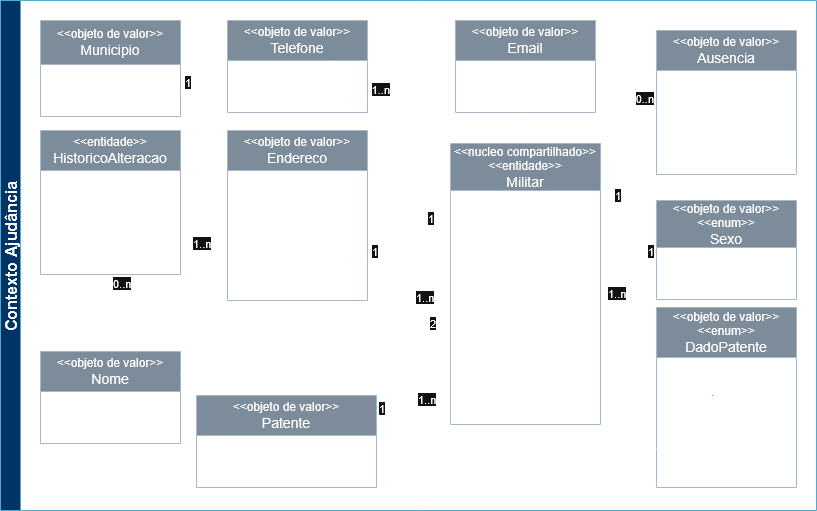
The draw.io diagram docs/diagramas/img/DiagramaUMLAjudancia.png in joaoAaf/escalante-ddd, before a commit. Source tidied: cells renumbered, new cells last; positions are measured from the earlier drawing's top-left corner, leaving out a move shared by most shapes.
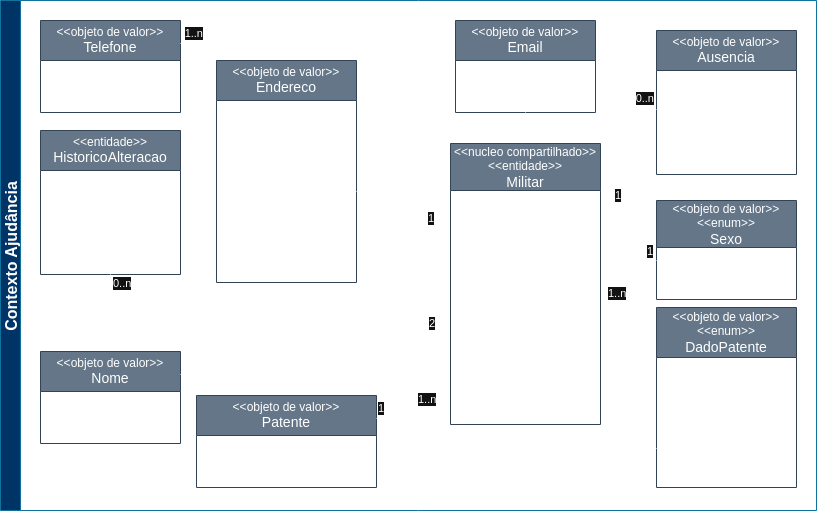
The same diagram one commit later.

Commit message:
Refatorando digramas UML do contexto ajudancia

Diff of the diagram source:
```diff
@@ -6,7 +6,7 @@
       <mxGeometry x="26" y="10" width="780" height="490" as="geometry" />
     </mxCell>
     <mxCell id="3" value="&amp;lt;&amp;lt;objeto de valor&amp;gt;&amp;gt;&lt;br&gt;&lt;font style=&quot;font-size: 14px;&quot;&gt;Telefone&lt;/font&gt;" style="swimlane;fontStyle=0;horizontal=1;startSize=40;fillColor=#647687;whiteSpace=wrap;html=1;fontColor=light-dark(#FFFFFF,#FFFFFF);strokeColor=#314354;" parent="1" vertex="1">
-      <mxGeometry x="227" y="20" width="140" height="92" as="geometry" />
+      <mxGeometry x="40" y="20" width="140" height="92" as="geometry" />
     </mxCell>
     <mxCell id="4" value="- ddd: String" style="text;strokeColor=none;fillColor=none;align=left;verticalAlign=top;spacingLeft=4;spacingRight=4;overflow=hidden;whiteSpace=wrap;html=1;" parent="3" vertex="1">
       <mxGeometry y="40" width="140" height="26" as="geometry" />
@@ -30,7 +30,7 @@
       <mxGeometry y="118" width="140" height="26" as="geometry" />
     </mxCell>
     <mxCell id="11" value="&amp;lt;&amp;lt;objeto de valor&amp;gt;&amp;gt;&lt;br&gt;&lt;font style=&quot;font-size: 14px;&quot;&gt;Endereco&lt;/font&gt;" style="swimlane;fontStyle=0;horizontal=1;startSize=40;fillColor=#647687;whiteSpace=wrap;html=1;fontColor=light-dark(#FFFFFF,#FFFFFF);strokeColor=#314354;" parent="1" vertex="1">
-      <mxGeometry x="227" y="130" width="140" height="170" as="geometry" />
+      <mxGeometry x="216" y="60" width="140" height="222" as="geometry" />
     </mxCell>
     <mxCell id="12" value="- logradouro: String" style="text;strokeColor=none;fillColor=none;align=left;verticalAlign=top;spacingLeft=4;spacingRight=4;overflow=hidden;whiteSpace=wrap;html=1;" parent="11" vertex="1">
       <mxGeometry y="40" width="140" height="26" as="geometry" />
@@ -47,6 +47,12 @@
     <mxCell id="16" value="- cep: String" style="text;strokeColor=none;fillColor=none;align=left;verticalAlign=top;spacingLeft=4;spacingRight=4;overflow=hidden;whiteSpace=wrap;html=1;" parent="11" vertex="1">
       <mxGeometry y="144" width="140" height="26" as="geometry" />
     </mxCell>
+    <mxCell id="48" value="- municipio: String" style="text;strokeColor=none;fillColor=none;align=left;verticalAlign=top;spacingLeft=4;spacingRight=4;overflow=hidden;whiteSpace=wrap;html=1;" parent="11" vertex="1">
+      <mxGeometry y="170" width="140" height="26" as="geometry" />
+    </mxCell>
+    <mxCell id="49" value="- siglaUf: String" style="text;strokeColor=none;fillColor=none;align=left;verticalAlign=top;spacingLeft=4;spacingRight=4;overflow=hidden;whiteSpace=wrap;html=1;" parent="11" vertex="1">
+      <mxGeometry y="196" width="140" height="26" as="geometry" />
+    </mxCell>
     <mxCell id="17" value="&lt;div&gt;&lt;div&gt;&lt;div&gt;&amp;lt;&amp;lt;nucleo compartilhado&amp;gt;&amp;gt;&lt;/div&gt;&lt;/div&gt;&lt;/div&gt;&lt;div&gt;&amp;lt;&amp;lt;entidade&amp;gt;&amp;gt;&lt;/div&gt;&lt;div&gt;&lt;font style=&quot;font-size: 14px;&quot;&gt;Militar&lt;/font&gt;&lt;/div&gt;" style="swimlane;fontStyle=0;horizontal=1;startSize=47;fillColor=#647687;whiteSpace=wrap;html=1;fontColor=light-dark(#FFFFFF,#FFFFFF);strokeColor=#314354;" parent="1" vertex="1">
       <mxGeometry x="450" y="143" width="150" height="281" as="geometry" />
     </mxCell>
@@ -91,18 +97,13 @@
       </mxGeometry>
     </mxCell>
     <mxCell id="30" style="endArrow=none;html=1;endSize=12;startArrow=diamondThin;startSize=14;startFill=1;edgeStyle=orthogonalEdgeStyle;rounded=0;exitX=0;exitY=0.5;exitDx=0;exitDy=0;entryX=1;entryY=0.5;entryDx=0;entryDy=0;" parent="1" edge="1" source="22" target="15">
-      <mxGeometry relative="1" as="geometry" />
+      <mxGeometry relative="1" as="geometry">
+        <Array as="points">
+          <mxPoint x="386" y="307" />
+          <mxPoint x="386" y="191" />
+        </Array>
+      </mxGeometry>
     </mxCell>
-    <mxCell id="31" value="1..n" style="edgeLabel;html=1;align=left;verticalAlign=top;" parent="30" vertex="1">
-      <mxGeometry x="-1" relative="1" as="geometry">
-        <mxPoint x="-36" y="-23" as="offset" />
-      </mxGeometry>
-    </mxCell>
-    <mxCell id="32" value="1" style="edgeLabel;html=1;align=right;verticalAlign=top;" parent="30" vertex="1">
-      <mxGeometry x="1" relative="1" as="geometry">
-        <mxPoint x="11" y="-23" as="offset" />
-      </mxGeometry>
-    </mxCell>
     <mxCell id="33" value="&amp;lt;&amp;lt;objeto de valor&amp;gt;&amp;gt;&lt;br&gt;&lt;font style=&quot;font-size: 14px;&quot;&gt;Email&lt;/font&gt;" style="swimlane;fontStyle=0;horizontal=1;startSize=40;fillColor=#647687;whiteSpace=wrap;html=1;fontColor=light-dark(#FFFFFF,#FFFFFF);strokeColor=#314354;" parent="1" vertex="1">
       <mxGeometry x="455" y="20" width="140" height="92" as="geometry" />
     </mxCell>
@@ -115,8 +116,13 @@
     <mxCell id="36" style="endArrow=none;html=1;endSize=12;startArrow=diamondThin;startSize=14;startFill=1;edgeStyle=orthogonalEdgeStyle;rounded=0;exitX=0.5;exitY=0;exitDx=0;exitDy=0;entryX=0.5;entryY=1;entryDx=0;entryDy=0;" parent="1" edge="1" source="17" target="33">
       <mxGeometry relative="1" as="geometry" />
     </mxCell>
-    <mxCell id="37" style="endArrow=none;html=1;endSize=12;startArrow=diamondThin;startSize=14;startFill=1;edgeStyle=orthogonalEdgeStyle;rounded=0;exitX=0;exitY=0.5;exitDx=0;exitDy=0;entryX=1;entryY=0.5;entryDx=0;entryDy=0;" parent="1" edge="1" source="19" target="5">
-      <mxGeometry relative="1" as="geometry" />
+    <mxCell id="37" style="endArrow=none;html=1;endSize=12;startArrow=diamondThin;startSize=14;startFill=1;edgeStyle=orthogonalEdgeStyle;rounded=0;exitX=0;exitY=0.5;exitDx=0;exitDy=0;entryX=1;entryY=0.25;entryDx=0;entryDy=0;" parent="1" edge="1" source="19" target="3">
+      <mxGeometry relative="1" as="geometry">
+        <Array as="points">
+          <mxPoint x="416" y="229" />
+          <mxPoint x="416" y="43" />
+        </Array>
+      </mxGeometry>
     </mxCell>
     <mxCell id="38" value="1" style="edgeLabel;html=1;align=left;verticalAlign=top;" parent="37" vertex="1">
       <mxGeometry x="-1" relative="1" as="geometry">
@@ -149,28 +155,6 @@
     <mxCell id="46" style="endArrow=none;html=1;endSize=12;startArrow=none;startSize=14;startFill=0;edgeStyle=orthogonalEdgeStyle;rounded=0;exitX=1;exitY=0.5;exitDx=0;exitDy=0;entryX=0;entryY=0.5;entryDx=0;entryDy=0;" parent="1" edge="1" source="74" target="44">
       <mxGeometry relative="1" as="geometry" />
     </mxCell>
-    <mxCell id="47" value="&amp;lt;&amp;lt;objeto de valor&amp;gt;&amp;gt;&lt;br&gt;&lt;font style=&quot;font-size: 14px;&quot;&gt;Municipio&lt;/font&gt;" style="swimlane;fontStyle=0;horizontal=1;startSize=44;fillColor=#647687;whiteSpace=wrap;html=1;fontColor=light-dark(#FFFFFF,#FFFFFF);strokeColor=#314354;" parent="1" vertex="1">
-      <mxGeometry x="40" y="20" width="140" height="96" as="geometry" />
-    </mxCell>
-    <mxCell id="48" value="- nome: String" style="text;strokeColor=none;fillColor=none;align=left;verticalAlign=top;spacingLeft=4;spacingRight=4;overflow=hidden;whiteSpace=wrap;html=1;" parent="47" vertex="1">
-      <mxGeometry y="44" width="140" height="26" as="geometry" />
-    </mxCell>
-    <mxCell id="49" value="- siglaUf: String" style="text;strokeColor=none;fillColor=none;align=left;verticalAlign=top;spacingLeft=4;spacingRight=4;overflow=hidden;whiteSpace=wrap;html=1;" parent="47" vertex="1">
-      <mxGeometry y="70" width="140" height="26" as="geometry" />
-    </mxCell>
-    <mxCell id="50" style="endArrow=none;html=1;endSize=12;startArrow=diamondThin;startSize=14;startFill=0;edgeStyle=orthogonalEdgeStyle;rounded=0;exitX=0;exitY=0.5;exitDx=0;exitDy=0;entryX=1;entryY=0.75;entryDx=0;entryDy=0;" parent="1" edge="1" source="14" target="47">
-      <mxGeometry relative="1" as="geometry" />
-    </mxCell>
-    <mxCell id="51" value="1..n" style="edgeLabel;html=1;align=left;verticalAlign=top;" parent="50" vertex="1">
-      <mxGeometry x="-1" relative="1" as="geometry">
-        <mxPoint x="-36" y="-5" as="offset" />
-      </mxGeometry>
-    </mxCell>
-    <mxCell id="52" value="1" style="edgeLabel;html=1;align=right;verticalAlign=top;" parent="50" vertex="1">
-      <mxGeometry x="1" relative="1" as="geometry">
-        <mxPoint x="11" y="-23" as="offset" />
-      </mxGeometry>
-    </mxCell>
     <mxCell id="53" value="&amp;lt;&amp;lt;objeto de valor&amp;gt;&amp;gt;&lt;br&gt;&amp;lt;&amp;lt;enum&amp;gt;&amp;gt;&lt;br&gt;&lt;font style=&quot;font-size: 14px;&quot;&gt;Sexo&lt;/font&gt;" style="swimlane;fontStyle=0;horizontal=1;startSize=47;fillColor=#647687;whiteSpace=wrap;html=1;fontColor=light-dark(#FFFFFF,#FFFFFF);strokeColor=#314354;" parent="1" vertex="1">
       <mxGeometry x="656" y="200" width="140" height="99" as="geometry" />
     </mxCell>
```
